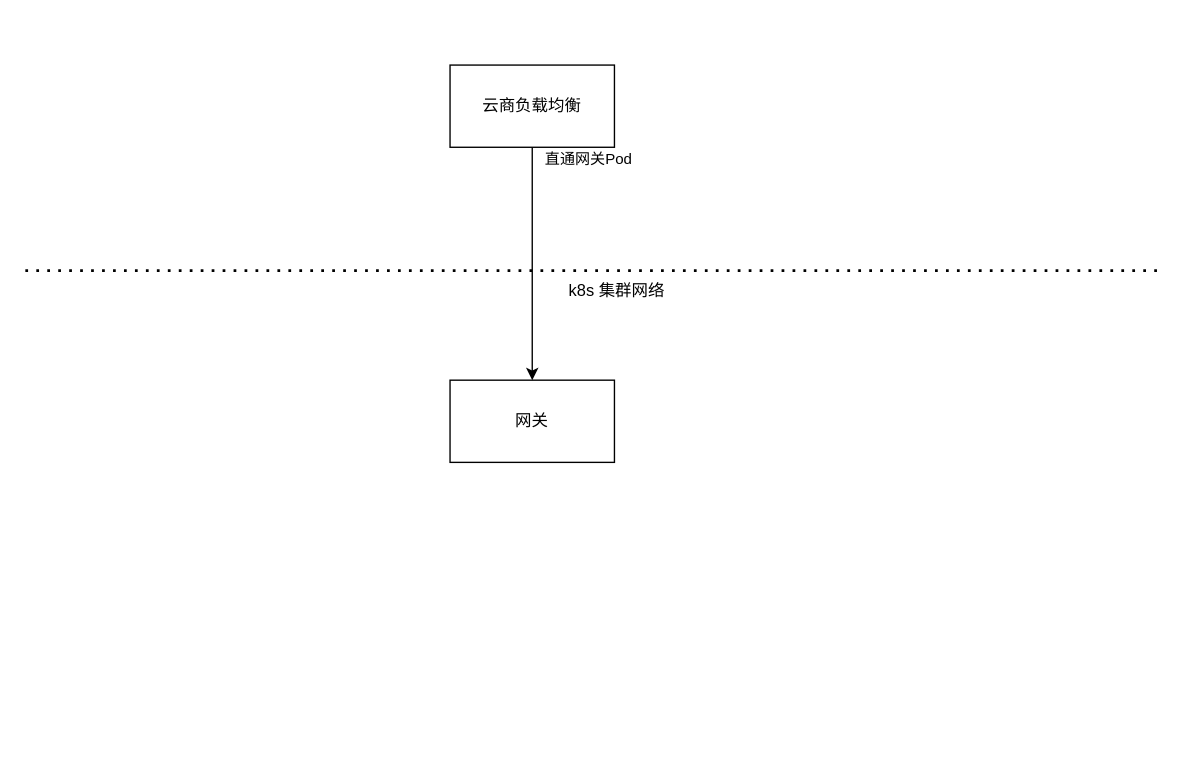
The draw.io diagram apps/gateway/docs/design.drawio in infraboard/mpaas, before the edit. Source tidied: cells renumbered, new cells numbered last; positions are measured from the earlier drawing's top-left corner, leaving out a move shared by most shapes. Both pictures are drawn from the tidied source at 137%, with x=0, y=0 at pixel (25, 64).
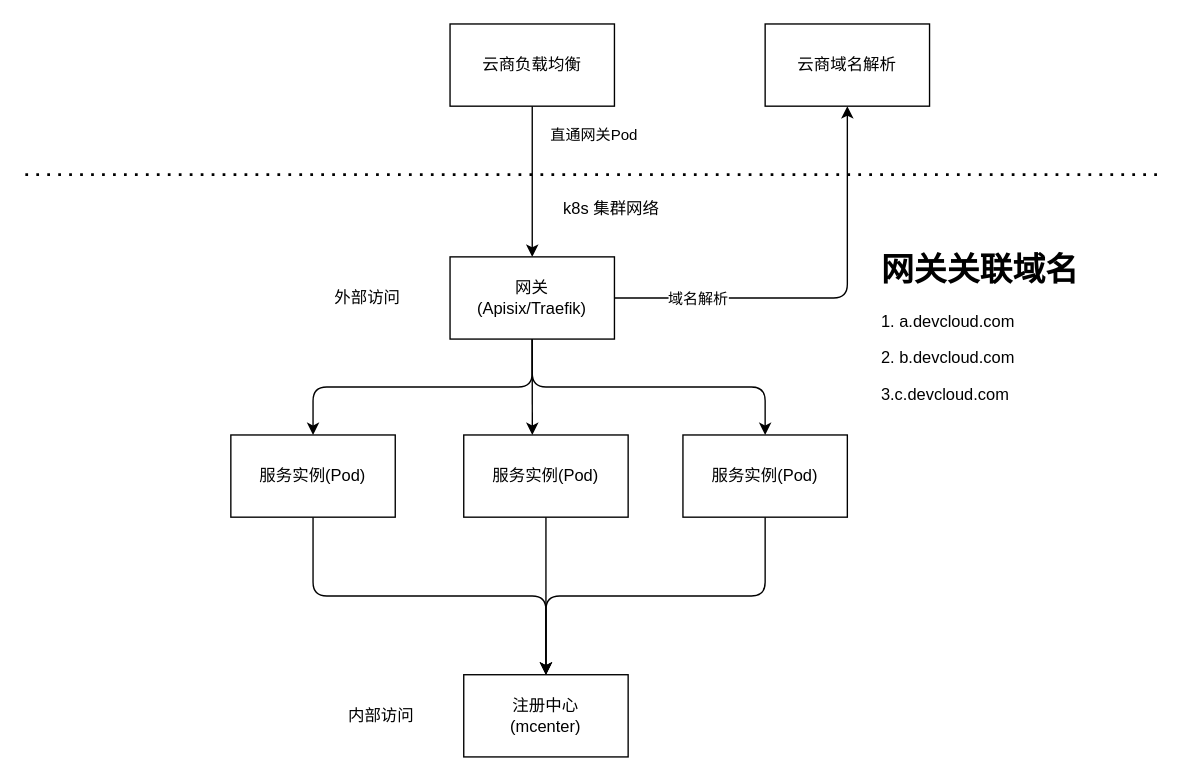
The same page after the edit.

Unchanged cells that the change refers to:
```xml
<mxCell id="5" style="edgeStyle=orthogonalEdgeStyle;html=1;exitX=0.5;exitY=1;exitDx=0;exitDy=0;" parent="1" edge="1" source="7" target="2">
  <mxGeometry relative="1" as="geometry" />
</mxCell>
```

Diff of the diagram source:
```diff
@@
+    <mxCell id="8" style="edgeStyle=orthogonalEdgeStyle;html=1;exitX=0.5;exitY=1;exitDx=0;exitDy=0;" parent="1" edge="1" source="2" target="14">
+      <mxGeometry relative="1" as="geometry" />
+    </mxCell>
+    <mxCell id="9" style="edgeStyle=orthogonalEdgeStyle;html=1;exitX=0.5;exitY=1;exitDx=0;exitDy=0;entryX=0.417;entryY=0;entryDx=0;entryDy=0;entryPerimeter=0;" parent="1" edge="1" source="2" target="16">
+      <mxGeometry relative="1" as="geometry" />
+    </mxCell>
+    <mxCell id="10" style="edgeStyle=orthogonalEdgeStyle;html=1;exitX=0.5;exitY=1;exitDx=0;exitDy=0;entryX=0.5;entryY=0;entryDx=0;entryDy=0;" parent="1" edge="1" source="2" target="18">
+      <mxGeometry relative="1" as="geometry" />
+    </mxCell>
+    <mxCell id="11" style="edgeStyle=orthogonalEdgeStyle;html=1;exitX=1;exitY=0.5;exitDx=0;exitDy=0;entryX=0.5;entryY=1;entryDx=0;entryDy=0;" parent="1" edge="1" source="2" target="22">
+      <mxGeometry relative="1" as="geometry" />
+    </mxCell>
+    <mxCell id="12" value="域名解析" style="edgeLabel;html=1;align=center;verticalAlign=middle;" parent="11" vertex="1">
+      <mxGeometry x="-0.61" relative="1" as="geometry" />
+    </mxCell>
-    <mxCell id="2" value="网关" style="rounded=0;whiteSpace=wrap;html=1;" parent="1" vertex="1">
-      <mxGeometry x="310" y="230" width="120" height="60" as="geometry" />
+    <mxCell id="2" value="网关&lt;br&gt;(Apisix/Traefik)" style="rounded=0;whiteSpace=wrap;html=1;" parent="1" vertex="1">
+      <mxGeometry x="310" y="140" width="120" height="60" as="geometry" />
     </mxCell>
     <mxCell id="3" style="endArrow=none;dashed=1;html=1;dashPattern=1 3;strokeWidth=2;" parent="1" edge="1">
       <mxGeometry relative="1" as="geometry">
-        <mxPoint y="150" as="sourcePoint" />
-        <mxPoint x="830" y="150" as="targetPoint" />
+        <mxPoint y="80" as="sourcePoint" />
+        <mxPoint x="830" y="80" as="targetPoint" />
       </mxGeometry>
     </mxCell>
     <mxCell id="4" value="k8s 集群网络" style="text;html=1;strokeColor=none;fillColor=none;align=center;verticalAlign=middle;whiteSpace=wrap;rounded=0;" parent="1" vertex="1">
-      <mxGeometry x="384" y="150" width="96" height="30" as="geometry" />
+      <mxGeometry x="380" y="90" width="96" height="30" as="geometry" />
     </mxCell>
@@
     <mxCell id="6" value="直通网关Pod" style="edgeLabel;html=1;align=center;verticalAlign=middle;" parent="5" vertex="1">
       <mxGeometry x="-0.69" y="-2" relative="1" as="geometry">
-        <mxPoint x="42" y="-18" as="offset" />
+        <mxPoint x="46" y="3" as="offset" />
       </mxGeometry>
     </mxCell>
     <mxCell id="7" value="云商负载均衡" style="rounded=0;whiteSpace=wrap;html=1;" parent="1" vertex="1">
-      <mxGeometry x="310" width="120" height="60" as="geometry" />
+      <mxGeometry x="310" y="-30" width="120" height="60" as="geometry" />
     </mxCell>
+    <mxCell id="13" style="edgeStyle=orthogonalEdgeStyle;html=1;exitX=0.5;exitY=1;exitDx=0;exitDy=0;" parent="1" edge="1" source="14" target="19">
+      <mxGeometry relative="1" as="geometry" />
+    </mxCell>
+    <mxCell id="14" value="服务实例(Pod)" style="rounded=0;whiteSpace=wrap;html=1;" parent="1" vertex="1">
+      <mxGeometry x="150" y="270" width="120" height="60" as="geometry" />
+    </mxCell>
+    <mxCell id="15" style="edgeStyle=orthogonalEdgeStyle;html=1;exitX=0.5;exitY=1;exitDx=0;exitDy=0;" parent="1" edge="1" source="16" target="19">
+      <mxGeometry relative="1" as="geometry" />
+    </mxCell>
+    <mxCell id="16" value="服务实例(Pod)" style="rounded=0;whiteSpace=wrap;html=1;" parent="1" vertex="1">
+      <mxGeometry x="320" y="270" width="120" height="60" as="geometry" />
+    </mxCell>
+    <mxCell id="17" style="edgeStyle=orthogonalEdgeStyle;html=1;exitX=0.5;exitY=1;exitDx=0;exitDy=0;entryX=0.5;entryY=0;entryDx=0;entryDy=0;" parent="1" edge="1" source="18" target="19">
+      <mxGeometry relative="1" as="geometry" />
+    </mxCell>
+    <mxCell id="18" value="服务实例(Pod)" style="rounded=0;whiteSpace=wrap;html=1;" parent="1" vertex="1">
+      <mxGeometry x="480" y="270" width="120" height="60" as="geometry" />
+    </mxCell>
+    <mxCell id="19" value="注册中心&lt;br&gt;(mcenter)" style="rounded=0;whiteSpace=wrap;html=1;" parent="1" vertex="1">
+      <mxGeometry x="320" y="445" width="120" height="60" as="geometry" />
+    </mxCell>
+    <mxCell id="20" value="外部访问" style="text;html=1;strokeColor=none;fillColor=none;align=center;verticalAlign=middle;whiteSpace=wrap;rounded=0;" parent="1" vertex="1">
+      <mxGeometry x="220" y="155" width="60" height="30" as="geometry" />
+    </mxCell>
+    <mxCell id="21" value="内部访问" style="text;html=1;strokeColor=none;fillColor=none;align=center;verticalAlign=middle;whiteSpace=wrap;rounded=0;" parent="1" vertex="1">
+      <mxGeometry x="230" y="460" width="60" height="30" as="geometry" />
+    </mxCell>
+    <mxCell id="22" value="云商域名解析" style="rounded=0;whiteSpace=wrap;html=1;" parent="1" vertex="1">
+      <mxGeometry x="540" y="-30" width="120" height="60" as="geometry" />
+    </mxCell>
+    <mxCell id="23" value="&lt;h1&gt;网关关联域名&lt;/h1&gt;&lt;p&gt;1. a.devcloud.com&lt;/p&gt;&lt;p&gt;2. b.devcloud.com&lt;/p&gt;&lt;p&gt;3.c.devcloud.com&lt;/p&gt;" style="text;html=1;strokeColor=none;fillColor=none;spacing=5;spacingTop=-20;whiteSpace=wrap;overflow=hidden;rounded=0;" parent="1" vertex="1">
+      <mxGeometry x="620" y="130" width="190" height="120" as="geometry" />
+    </mxCell>
```
